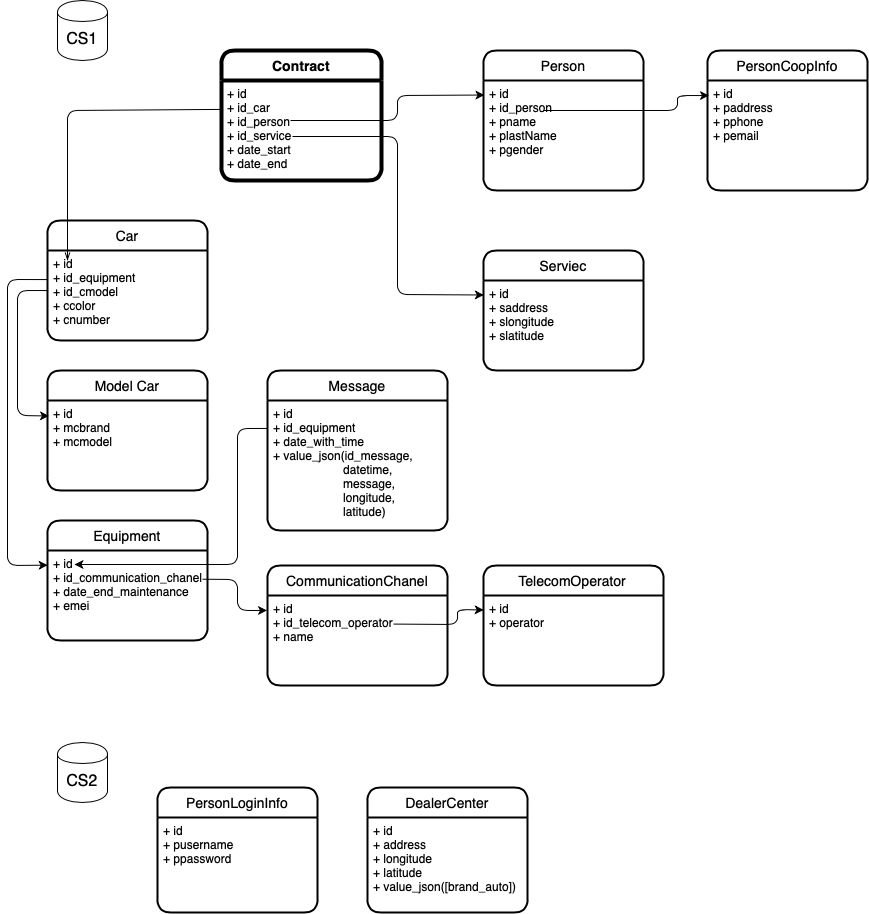
Before: model/bd_cs.png, a diagram exported from draw.io (timoninas/db-practice). Source tidied: cells renumbered, new cells last; positions are measured from the earlier drawing's top-left corner, leaving out a move shared by most shapes.
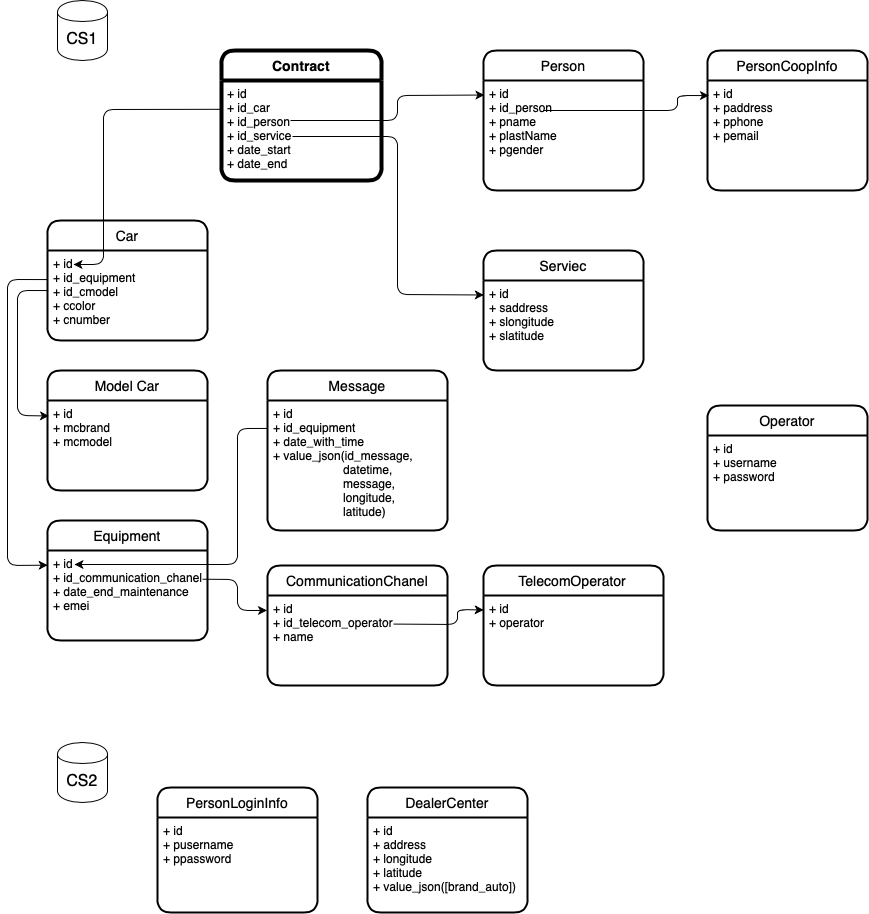
Later version of the same file.

Commit message:
add Operator table

Diff of the diagram source:
```diff
@@ -20,6 +20,15 @@
     <mxCell id="5" value="Car" style="swimlane;horizontal=1;startSize=30;rounded=1;fontSize=14;fontStyle=0;strokeWidth=2;shadow=0;dashed=0;align=center;" parent="1" vertex="1">
       <mxGeometry x="40" y="220" width="160" height="120" as="geometry" />
     </mxCell>
+    <mxCell id="37" style="endArrow=classic;html=1;exitX=0.003;exitY=0.288;exitDx=0;exitDy=0;exitPerimeter=0;" parent="5" edge="1" source="4">
+      <mxGeometry relative="1" as="geometry">
+        <mxPoint x="26" y="44" as="targetPoint" />
+        <Array as="points">
+          <mxPoint x="56" y="-111" />
+          <mxPoint x="56" y="44" />
+        </Array>
+      </mxGeometry>
+    </mxCell>
     <mxCell id="6" value="+ id&#10;+ id_equipment&#10;+ id_cmodel&#10;+ ccolor&#10;+ cnumber" style="align=left;strokeColor=none;fillColor=none;spacingLeft=4;fontSize=12;verticalAlign=top;" parent="5" vertex="1">
       <mxGeometry y="30" width="160" height="90" as="geometry" />
     </mxCell>
@@ -152,13 +161,11 @@
     <mxCell id="35" value="+ id&#10;+ operator" style="align=left;strokeColor=none;fillColor=none;spacingLeft=4;fontSize=12;verticalAlign=top;" parent="34" vertex="1">
       <mxGeometry y="30" width="180" height="90" as="geometry" />
     </mxCell>
-    <mxCell id="36" style="endArrow=openThin;html=1;exitX=0.01;exitY=0.289;exitDx=0;exitDy=0;exitPerimeter=0;endFill=0;" parent="1" edge="1" source="4">
-      <mxGeometry relative="1" as="geometry">
-        <mxPoint x="60" y="260" as="targetPoint" />
-        <Array as="points">
-          <mxPoint x="60" y="110" />
-        </Array>
-      </mxGeometry>
-    </mxCell>
+    <mxCell id="38" value="Operator" style="swimlane;horizontal=1;startSize=30;rounded=1;fontSize=14;fontStyle=0;strokeWidth=2;shadow=0;dashed=0;align=center;" parent="1" vertex="1">
+      <mxGeometry x="700" y="405" width="160" height="125" as="geometry" />
+    </mxCell>
+    <mxCell id="39" value="+ id&#10;+ username&#10;+ password" style="align=left;strokeColor=none;fillColor=none;spacingLeft=4;fontSize=12;verticalAlign=top;" parent="38" vertex="1">
+      <mxGeometry y="30" width="160" height="95" as="geometry" />
+    </mxCell>
   </root>
 </mxGraphModel>
```
